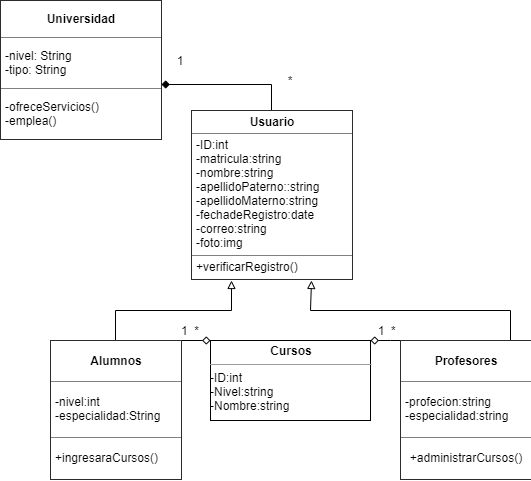
Before: diagrama de clases.png, a diagram exported from draw.io (carlmrx/registros-escolares). Source tidied: cells renumbered, new cells last; positions are measured from the earlier drawing's top-left corner, leaving out a move shared by most shapes.
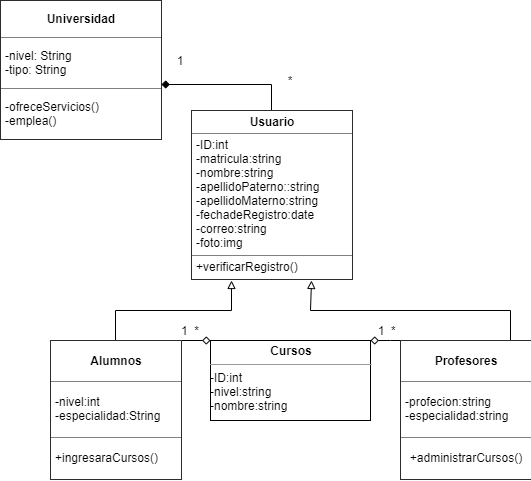
Above is the later version.

What changed in the source:
```diff
@@ -39,7 +39,7 @@
     <mxCell id="10" value="&lt;table border=&quot;1&quot; width=&quot;100%&quot; cellpadding=&quot;4&quot; style=&quot;width: 100% ; height: 100% ; border-collapse: collapse&quot;&gt;&lt;tbody&gt;&lt;tr&gt;&lt;th align=&quot;center&quot;&gt;Profesores&lt;br&gt;&lt;/th&gt;&lt;/tr&gt;&lt;tr&gt;&lt;td&gt;-profecion:string&lt;br&gt;-especialidad:string&lt;/td&gt;&lt;/tr&gt;&lt;tr&gt;&lt;td align=&quot;center&quot;&gt;+administrarCursos()&lt;/td&gt;&lt;/tr&gt;&lt;/tbody&gt;&lt;/table&gt;" style="text;html=1;strokeColor=none;fillColor=none;overflow=fill;" parent="1" vertex="1">
       <mxGeometry x="400" y="340" width="130" height="140" as="geometry" />
     </mxCell>
-    <mxCell id="11" value="&lt;p style=&quot;margin: 0px ; margin-top: 4px ; text-align: center&quot;&gt;&lt;b&gt;Cursos&lt;/b&gt;&lt;/p&gt;&lt;hr size=&quot;1&quot;&gt;&lt;div style=&quot;height: 2px&quot;&gt;-ID:int&lt;br&gt;-Nivel:string&lt;br&gt;-Nombre:string&lt;br&gt;&lt;/div&gt;" style="verticalAlign=top;align=left;overflow=fill;fontSize=12;fontFamily=Helvetica;html=1;" parent="1" vertex="1">
+    <mxCell id="11" value="&lt;p style=&quot;margin: 0px ; margin-top: 4px ; text-align: center&quot;&gt;&lt;b&gt;Cursos&lt;/b&gt;&lt;/p&gt;&lt;hr size=&quot;1&quot;&gt;&lt;div style=&quot;height: 2px&quot;&gt;-ID:int&lt;br&gt;-nivel:string&lt;br&gt;-nombre:string&lt;br&gt;&lt;/div&gt;" style="verticalAlign=top;align=left;overflow=fill;fontSize=12;fontFamily=Helvetica;html=1;" parent="1" vertex="1">
       <mxGeometry x="210" y="340" width="160" height="80" as="geometry" />
     </mxCell>
     <mxCell id="12" value="1" style="text;html=1;strokeColor=none;fillColor=none;align=center;verticalAlign=middle;whiteSpace=wrap;rounded=0;" parent="1" vertex="1">
```
